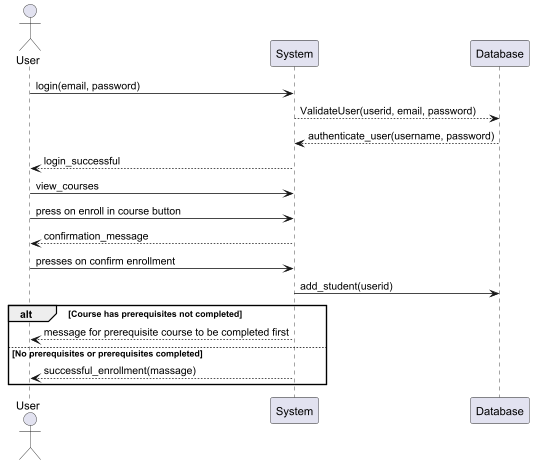
This is documentation/diagrams/sequence_diagram_2.png from Noureqo1/Banana-brain-learning, a PlantUML export, as it was before one commit. Source of this version:
```plantuml
@startuml
actor User
participant System
participant Database
User -> System: login(email, password)
System --> Database: ValidateUser(userid, email, password)
Database --> System: authenticate_user(username, password)
System --> User: login_successful
User -> System: view_courses
User -> System: press on enroll in course button
    System --> User: confirmation_message
    User -> System: presses on confirm enrollment
    System -> Database: add_student(userid)
alt Course has prerequisites not completed
    System --> User: message for prerequisite course to be completed first
else No prerequisites or prerequisites completed
System --> User: successful_enrollment(massage)
end
@enduml
```
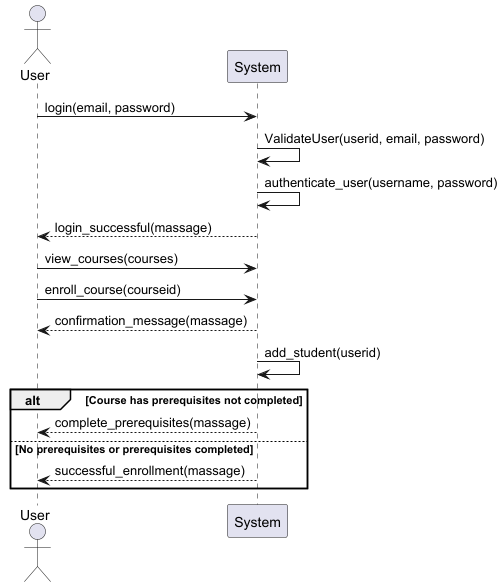
Above is the later version.

Diff of the diagram source:
```diff
@@ -1,18 +1,16 @@
 @startuml
 actor User
 participant System
-participant Database
 User -> System: login(email, password)
-System --> Database: ValidateUser(userid, email, password)
-Database --> System: authenticate_user(username, password)
-System --> User: login_successful
-User -> System: view_courses
-User -> System: press on enroll in course button
-    System --> User: confirmation_message
-    User -> System: presses on confirm enrollment
-    System -> Database: add_student(userid)
+System -> System: ValidateUser(userid, email, password)
+System -> System: authenticate_user(username, password)
+System --> User: login_successful(massage)
+User -> System: view_courses(courses)
+User -> System: enroll_course(courseid)
+    System --> User: confirmation_message(massage)
+    System -> System: add_student(userid)
 alt Course has prerequisites not completed
-    System --> User: message for prerequisite course to be completed first
+    System --> User: complete_prerequisites(massage)
 else No prerequisites or prerequisites completed
 System --> User: successful_enrollment(massage)
 end
```
